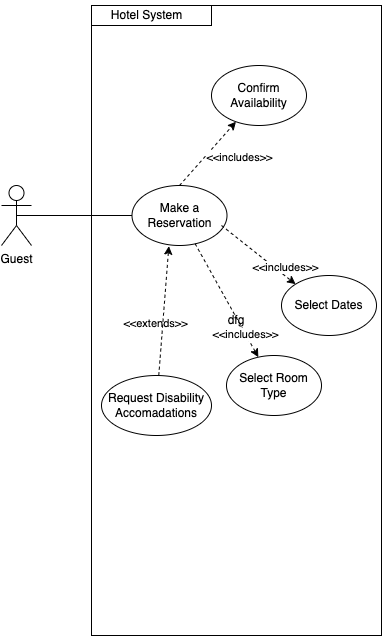
Above: Diagrams/UseCase/Reservation.drawio.png in mclhtay/CS4471 (draw.io), before the change. Source tidied: cells renumbered, new cells last; positions are measured from the earlier drawing's top-left corner, leaving out a move shared by most shapes.
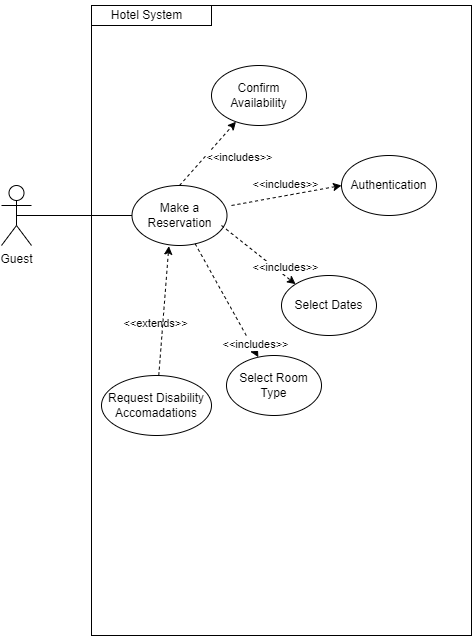
The same diagram one commit later.

Change to the diagram source:
```diff
@@ -2,8 +2,8 @@
   <root>
     <mxCell id="0" />
     <mxCell id="1" parent="0" />
-    <mxCell id="2" value="dfg" style="rounded=0;whiteSpace=wrap;html=1;" parent="1" vertex="1">
-      <mxGeometry x="90" y="5" width="290" height="630" as="geometry" />
+    <mxCell id="2" style="rounded=0;whiteSpace=wrap;html=1;" parent="1" vertex="1">
+      <mxGeometry x="90" y="5" width="380" height="630" as="geometry" />
     </mxCell>
     <mxCell id="3" style="whiteSpace=wrap;html=1;" parent="1" vertex="1">
       <mxGeometry x="90" y="5" width="120" height="20" as="geometry" />
@@ -59,12 +59,23 @@
       <mxGeometry relative="1" as="geometry" />
     </mxCell>
     <mxCell id="18" value="&amp;lt;&amp;lt;includes&amp;gt;&amp;gt;" style="edgeLabel;html=1;align=center;verticalAlign=middle;" parent="1" vertex="1">
-      <mxGeometry x="170" y="315" as="geometry">
+      <mxGeometry x="210" y="165" as="geometry">
         <mxPoint x="73" y="19" as="offset" />
       </mxGeometry>
     </mxCell>
     <mxCell id="19" value="Hotel System" style="text;html=1;align=center;verticalAlign=middle;strokeColor=none;fillColor=none;" parent="1" vertex="1">
       <mxGeometry x="100" width="90" height="30" as="geometry" />
     </mxCell>
+    <mxCell id="20" value="Authentication" style="ellipse;whiteSpace=wrap;html=1;" parent="1" vertex="1">
+      <mxGeometry x="340" y="155" width="95" height="60" as="geometry" />
+    </mxCell>
+    <mxCell id="21" style="endArrow=classic;html=1;rounded=0;dashed=1;entryX=0;entryY=0.5;entryDx=0;entryDy=0;exitX=1.047;exitY=0.333;exitDx=0;exitDy=0;exitPerimeter=0;" parent="1" edge="1" source="5" target="20">
+      <mxGeometry relative="1" as="geometry" />
+    </mxCell>
+    <mxCell id="22" value="&amp;lt;&amp;lt;includes&amp;gt;&amp;gt;" style="edgeLabel;html=1;align=center;verticalAlign=middle;" parent="1" vertex="1">
+      <mxGeometry x="180" y="325" as="geometry">
+        <mxPoint x="73" y="19" as="offset" />
+      </mxGeometry>
+    </mxCell>
   </root>
 </mxGraphModel>
```
